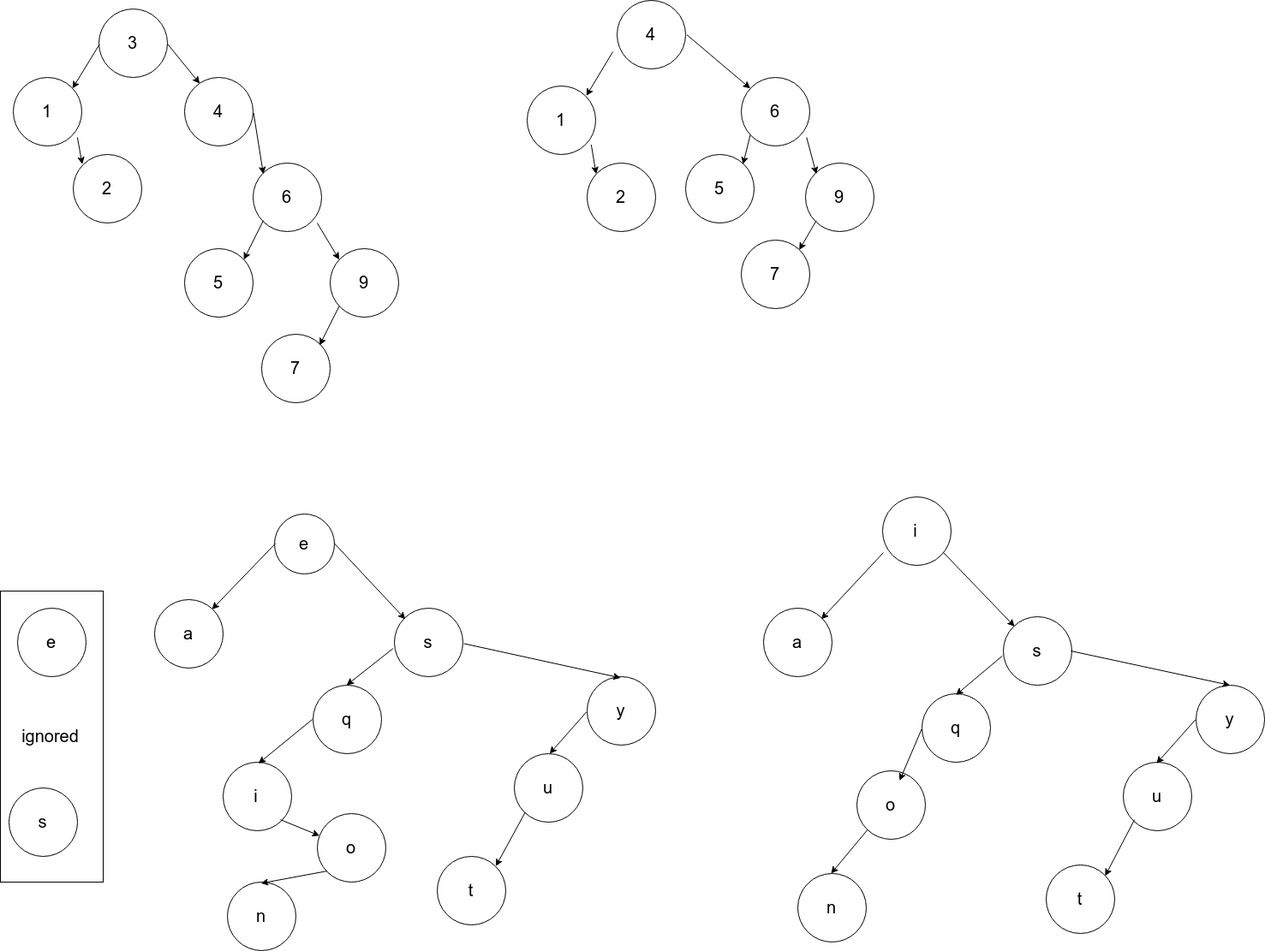
Before: BST-drawings.png, a diagram exported from draw.io (thinkful-ei-armadillo/DSA-BST-Michael-Ethan). Source tidied: cells renumbered, new cells last; positions are measured from the earlier drawing's top-left corner, leaving out a move shared by most shapes.
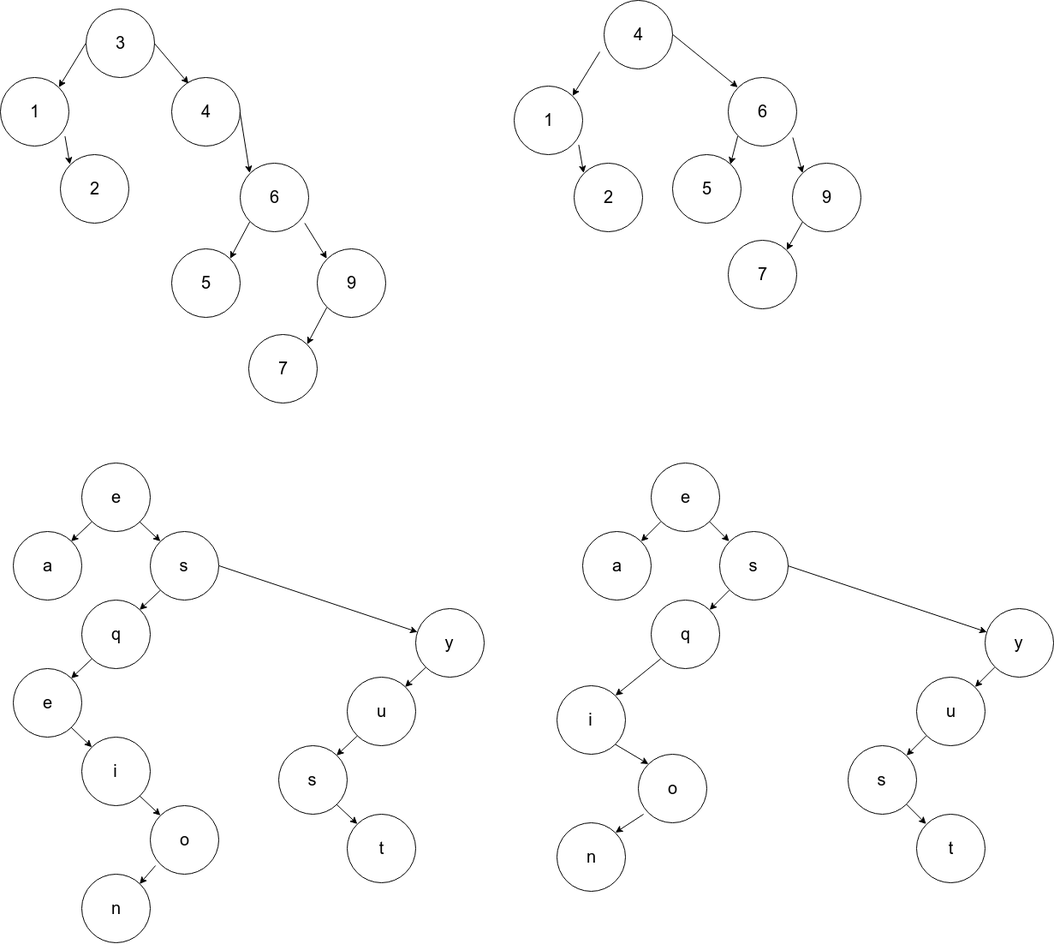
After the change.

Commit message:
Fix ignoreing-duplicates issue with second tree

The edit, as a diff of the source:
```diff
@@ -2,9 +2,6 @@
   <root>
     <mxCell id="0" />
     <mxCell id="1" parent="0" />
-    <mxCell id="2" value="&lt;div style=&quot;text-align: left&quot;&gt;&lt;span style=&quot;font-size: 20px&quot;&gt;ignored&lt;/span&gt;&lt;/div&gt;" style="rounded=0;whiteSpace=wrap;html=1;" parent="1" vertex="1">
-      <mxGeometry y="690" width="120" height="340" as="geometry" />
-    </mxCell>
     <mxCell id="3" value="&lt;font style=&quot;font-size: 20px&quot;&gt;3&lt;/font&gt;" style="ellipse;whiteSpace=wrap;html=1;" parent="1" vertex="1">
       <mxGeometry x="115" y="10" width="80" height="80" as="geometry" />
     </mxCell>
@@ -29,69 +26,6 @@
     <mxCell id="10" value="&lt;font style=&quot;font-size: 20px&quot;&gt;7&lt;/font&gt;" style="ellipse;whiteSpace=wrap;html=1;" parent="1" vertex="1">
       <mxGeometry x="305" y="390" width="80" height="80" as="geometry" />
     </mxCell>
-    <mxCell id="11" value="&lt;font style=&quot;font-size: 20px&quot;&gt;e&lt;/font&gt;" style="ellipse;whiteSpace=wrap;html=1;" parent="1" vertex="1">
-      <mxGeometry x="320" y="600" width="70" height="70" as="geometry" />
-    </mxCell>
-    <mxCell id="12" value="&lt;font style=&quot;font-size: 20px&quot;&gt;a&lt;/font&gt;" style="ellipse;whiteSpace=wrap;html=1;" parent="1" vertex="1">
-      <mxGeometry x="180" y="700" width="80" height="80" as="geometry" />
-    </mxCell>
-    <mxCell id="13" value="&lt;font style=&quot;font-size: 20px&quot;&gt;s&lt;/font&gt;" style="ellipse;whiteSpace=wrap;html=1;" parent="1" vertex="1">
-      <mxGeometry x="460" y="710" width="80" height="80" as="geometry" />
-    </mxCell>
-    <mxCell id="14" value="&lt;font style=&quot;font-size: 20px&quot;&gt;y&lt;/font&gt;" style="ellipse;whiteSpace=wrap;html=1;" parent="1" vertex="1">
-      <mxGeometry x="685" y="790" width="80" height="80" as="geometry" />
-    </mxCell>
-    <mxCell id="15" value="&lt;font style=&quot;font-size: 20px&quot;&gt;q&lt;/font&gt;" style="ellipse;whiteSpace=wrap;html=1;" parent="1" vertex="1">
-      <mxGeometry x="365" y="800" width="80" height="80" as="geometry" />
-    </mxCell>
-    <mxCell id="16" value="&lt;font style=&quot;font-size: 20px&quot;&gt;u&lt;/font&gt;" style="ellipse;whiteSpace=wrap;html=1;" parent="1" vertex="1">
-      <mxGeometry x="600" y="880" width="80" height="80" as="geometry" />
-    </mxCell>
-    <mxCell id="17" value="&lt;font style=&quot;font-size: 20px&quot;&gt;e&lt;/font&gt;" style="ellipse;whiteSpace=wrap;html=1;" parent="1" vertex="1">
-      <mxGeometry x="20" y="710" width="80" height="80" as="geometry" />
-    </mxCell>
-    <mxCell id="18" value="&lt;font style=&quot;font-size: 20px&quot;&gt;s&lt;/font&gt;" style="ellipse;whiteSpace=wrap;html=1;" parent="1" vertex="1">
-      <mxGeometry x="10" y="920" width="80" height="80" as="geometry" />
-    </mxCell>
-    <mxCell id="19" value="&lt;font style=&quot;font-size: 20px&quot;&gt;t&lt;/font&gt;" style="ellipse;whiteSpace=wrap;html=1;" parent="1" vertex="1">
-      <mxGeometry x="510" y="1000" width="80" height="80" as="geometry" />
-    </mxCell>
-    <mxCell id="20" value="&lt;font style=&quot;font-size: 20px&quot;&gt;i&lt;/font&gt;" style="ellipse;whiteSpace=wrap;html=1;" parent="1" vertex="1">
-      <mxGeometry x="260" y="890" width="80" height="80" as="geometry" />
-    </mxCell>
-    <mxCell id="21" value="&lt;font style=&quot;font-size: 20px&quot;&gt;o&lt;/font&gt;" style="ellipse;whiteSpace=wrap;html=1;" parent="1" vertex="1">
-      <mxGeometry x="370" y="950" width="80" height="80" as="geometry" />
-    </mxCell>
-    <mxCell id="22" value="&lt;font style=&quot;font-size: 20px&quot;&gt;n&lt;/font&gt;" style="ellipse;whiteSpace=wrap;html=1;" parent="1" vertex="1">
-      <mxGeometry x="265" y="1030" width="80" height="80" as="geometry" />
-    </mxCell>
-    <mxCell id="23" style="endArrow=classic;html=1;exitX=0;exitY=0.5;exitDx=0;exitDy=0;entryX=1;entryY=0;entryDx=0;entryDy=0;" parent="1" edge="1" source="11" target="12">
-      <mxGeometry relative="1" as="geometry" />
-    </mxCell>
-    <mxCell id="24" style="endArrow=classic;html=1;exitX=1;exitY=0.5;exitDx=0;exitDy=0;entryX=0;entryY=0;entryDx=0;entryDy=0;" parent="1" edge="1" source="11" target="13">
-      <mxGeometry relative="1" as="geometry" />
-    </mxCell>
-    <mxCell id="25" style="endArrow=classic;html=1;exitX=-0.012;exitY=0.588;exitDx=0;exitDy=0;entryX=0.5;entryY=0;entryDx=0;entryDy=0;exitPerimeter=0;" parent="1" edge="1" source="13" target="15">
-      <mxGeometry relative="1" as="geometry" />
-    </mxCell>
-    <mxCell id="26" style="endArrow=classic;html=1;exitX=1;exitY=0.5;exitDx=0;exitDy=0;entryX=0.5;entryY=0;entryDx=0;entryDy=0;" parent="1" edge="1" source="13" target="14">
-      <mxGeometry relative="1" as="geometry" />
-    </mxCell>
-    <mxCell id="27" style="endArrow=classic;html=1;exitX=0;exitY=0.5;exitDx=0;exitDy=0;entryX=0.5;entryY=0;entryDx=0;entryDy=0;" parent="1" edge="1" source="14" target="16">
-      <mxGeometry relative="1" as="geometry" />
-    </mxCell>
-    <mxCell id="28" style="endArrow=classic;html=1;exitX=0;exitY=1;exitDx=0;exitDy=0;entryX=1;entryY=0;entryDx=0;entryDy=0;" parent="1" edge="1" source="16" target="19">
-      <mxGeometry relative="1" as="geometry" />
-    </mxCell>
-    <mxCell id="29" style="endArrow=classic;html=1;exitX=0;exitY=0.5;exitDx=0;exitDy=0;entryX=0.5;entryY=0;entryDx=0;entryDy=0;" parent="1" edge="1" source="15" target="20">
-      <mxGeometry relative="1" as="geometry" />
-    </mxCell>
-    <mxCell id="30" style="endArrow=classic;html=1;exitX=1;exitY=1;exitDx=0;exitDy=0;" parent="1" edge="1" source="20" target="21">
-      <mxGeometry relative="1" as="geometry" />
-    </mxCell>
-    <mxCell id="31" style="endArrow=classic;html=1;exitX=0;exitY=1;exitDx=0;exitDy=0;entryX=0.5;entryY=0;entryDx=0;entryDy=0;" parent="1" edge="1" source="21" target="22">
-      <mxGeometry relative="1" as="geometry" />
-    </mxCell>
     <mxCell id="32" style="endArrow=classic;html=1;exitX=0;exitY=0.5;exitDx=0;exitDy=0;entryX=1;entryY=0;entryDx=0;entryDy=0;" parent="1" edge="1" source="3" target="4">
       <mxGeometry relative="1" as="geometry" />
     </mxCell>
@@ -154,60 +88,137 @@
     <mxCell id="51" style="endArrow=classic;html=1;exitX=0;exitY=1;exitDx=0;exitDy=0;entryX=1;entryY=0;entryDx=0;entryDy=0;" parent="1" edge="1" source="42" target="45">
       <mxGeometry relative="1" as="geometry" />
     </mxCell>
-    <mxCell id="52" value="&lt;font style=&quot;font-size: 20px&quot;&gt;a&lt;/font&gt;" style="ellipse;whiteSpace=wrap;html=1;" parent="1" vertex="1">
-      <mxGeometry x="891" y="710" width="80" height="80" as="geometry" />
-    </mxCell>
-    <mxCell id="53" value="&lt;font style=&quot;font-size: 20px&quot;&gt;s&lt;/font&gt;" style="ellipse;whiteSpace=wrap;html=1;" parent="1" vertex="1">
-      <mxGeometry x="1171" y="720" width="80" height="80" as="geometry" />
-    </mxCell>
-    <mxCell id="54" value="&lt;font style=&quot;font-size: 20px&quot;&gt;y&lt;/font&gt;" style="ellipse;whiteSpace=wrap;html=1;" parent="1" vertex="1">
-      <mxGeometry x="1396" y="800" width="80" height="80" as="geometry" />
-    </mxCell>
-    <mxCell id="55" value="&lt;font style=&quot;font-size: 20px&quot;&gt;q&lt;/font&gt;" style="ellipse;whiteSpace=wrap;html=1;" parent="1" vertex="1">
-      <mxGeometry x="1076" y="810" width="80" height="80" as="geometry" />
-    </mxCell>
-    <mxCell id="56" value="&lt;font style=&quot;font-size: 20px&quot;&gt;u&lt;/font&gt;" style="ellipse;whiteSpace=wrap;html=1;" parent="1" vertex="1">
-      <mxGeometry x="1311" y="890" width="80" height="80" as="geometry" />
-    </mxCell>
-    <mxCell id="57" value="&lt;font style=&quot;font-size: 20px&quot;&gt;t&lt;/font&gt;" style="ellipse;whiteSpace=wrap;html=1;" parent="1" vertex="1">
-      <mxGeometry x="1221" y="1010" width="80" height="80" as="geometry" />
-    </mxCell>
-    <mxCell id="58" value="&lt;font style=&quot;font-size: 20px&quot;&gt;i&lt;/font&gt;" style="ellipse;whiteSpace=wrap;html=1;" parent="1" vertex="1">
-      <mxGeometry x="1030" y="580" width="80" height="80" as="geometry" />
-    </mxCell>
-    <mxCell id="59" value="&lt;font style=&quot;font-size: 20px&quot;&gt;o&lt;/font&gt;" style="ellipse;whiteSpace=wrap;html=1;" parent="1" vertex="1">
-      <mxGeometry x="1000" y="900" width="80" height="80" as="geometry" />
-    </mxCell>
-    <mxCell id="60" value="&lt;font style=&quot;font-size: 20px&quot;&gt;n&lt;/font&gt;" style="ellipse;whiteSpace=wrap;html=1;" parent="1" vertex="1">
-      <mxGeometry x="931" y="1020" width="80" height="80" as="geometry" />
-    </mxCell>
-    <mxCell id="61" style="endArrow=classic;html=1;exitX=0;exitY=0.5;exitDx=0;exitDy=0;entryX=1;entryY=0;entryDx=0;entryDy=0;" parent="1" edge="1" target="52">
-      <mxGeometry relative="1" as="geometry">
-        <mxPoint x="1031" y="645" as="sourcePoint" />
-      </mxGeometry>
-    </mxCell>
-    <mxCell id="62" style="endArrow=classic;html=1;exitX=1;exitY=0.5;exitDx=0;exitDy=0;entryX=0;entryY=0;entryDx=0;entryDy=0;" parent="1" edge="1" target="53">
-      <mxGeometry relative="1" as="geometry">
-        <mxPoint x="1101" y="645" as="sourcePoint" />
-      </mxGeometry>
-    </mxCell>
-    <mxCell id="63" style="endArrow=classic;html=1;exitX=-0.012;exitY=0.588;exitDx=0;exitDy=0;entryX=0.5;entryY=0;entryDx=0;entryDy=0;exitPerimeter=0;" parent="1" edge="1" source="53" target="55">
-      <mxGeometry relative="1" as="geometry" />
-    </mxCell>
-    <mxCell id="64" style="endArrow=classic;html=1;exitX=1;exitY=0.5;exitDx=0;exitDy=0;entryX=0.5;entryY=0;entryDx=0;entryDy=0;" parent="1" edge="1" source="53" target="54">
-      <mxGeometry relative="1" as="geometry" />
-    </mxCell>
-    <mxCell id="65" style="endArrow=classic;html=1;exitX=0;exitY=0.5;exitDx=0;exitDy=0;entryX=0.5;entryY=0;entryDx=0;entryDy=0;" parent="1" edge="1" source="54" target="56">
-      <mxGeometry relative="1" as="geometry" />
-    </mxCell>
-    <mxCell id="66" style="endArrow=classic;html=1;exitX=0;exitY=1;exitDx=0;exitDy=0;entryX=1;entryY=0;entryDx=0;entryDy=0;" parent="1" edge="1" source="56" target="57">
-      <mxGeometry relative="1" as="geometry" />
-    </mxCell>
-    <mxCell id="67" style="endArrow=classic;html=1;exitX=0;exitY=0.5;exitDx=0;exitDy=0;entryX=0.613;entryY=0.125;entryDx=0;entryDy=0;entryPerimeter=0;" parent="1" edge="1" source="55" target="59">
-      <mxGeometry relative="1" as="geometry" />
-    </mxCell>
-    <mxCell id="68" style="endArrow=classic;html=1;exitX=0;exitY=1;exitDx=0;exitDy=0;entryX=0.5;entryY=0;entryDx=0;entryDy=0;" parent="1" edge="1" source="59" target="60">
-      <mxGeometry relative="1" as="geometry" />
-    </mxCell>
+    <mxCell id="69" value="&lt;font style=&quot;font-size: 20px&quot;&gt;e&lt;/font&gt;" style="ellipse;whiteSpace=wrap;html=1;" parent="1" vertex="1">
+      <mxGeometry x="110" y="540" width="80" height="80" as="geometry" />
+    </mxCell>
+    <mxCell id="70" value="&lt;font style=&quot;font-size: 20px&quot;&gt;a&lt;/font&gt;" style="ellipse;whiteSpace=wrap;html=1;" parent="1" vertex="1">
+      <mxGeometry x="30" y="620" width="80" height="80" as="geometry" />
+    </mxCell>
+    <mxCell id="71" value="&lt;font style=&quot;font-size: 20px&quot;&gt;s&lt;/font&gt;" style="ellipse;whiteSpace=wrap;html=1;" parent="1" vertex="1">
+      <mxGeometry x="190" y="620" width="80" height="80" as="geometry" />
+    </mxCell>
+    <mxCell id="72" value="&lt;font style=&quot;font-size: 20px&quot;&gt;y&lt;/font&gt;" style="ellipse;whiteSpace=wrap;html=1;" parent="1" vertex="1">
+      <mxGeometry x="500" y="710" width="80" height="80" as="geometry" />
+    </mxCell>
+    <mxCell id="73" value="&lt;font style=&quot;font-size: 20px&quot;&gt;q&lt;/font&gt;" style="ellipse;whiteSpace=wrap;html=1;" parent="1" vertex="1">
+      <mxGeometry x="110" y="700" width="80" height="80" as="geometry" />
+    </mxCell>
+    <mxCell id="74" value="&lt;font style=&quot;font-size: 20px&quot;&gt;u&lt;/font&gt;" style="ellipse;whiteSpace=wrap;html=1;" parent="1" vertex="1">
+      <mxGeometry x="420" y="790" width="80" height="80" as="geometry" />
+    </mxCell>
+    <mxCell id="75" value="&lt;font style=&quot;font-size: 20px&quot;&gt;e&lt;/font&gt;" style="ellipse;whiteSpace=wrap;html=1;" parent="1" vertex="1">
+      <mxGeometry x="30" y="780" width="80" height="80" as="geometry" />
+    </mxCell>
+    <mxCell id="76" value="&lt;font style=&quot;font-size: 20px&quot;&gt;s&lt;/font&gt;" style="ellipse;whiteSpace=wrap;html=1;" parent="1" vertex="1">
+      <mxGeometry x="340" y="870" width="80" height="80" as="geometry" />
+    </mxCell>
+    <mxCell id="77" value="&lt;font style=&quot;font-size: 20px&quot;&gt;t&lt;/font&gt;" style="ellipse;whiteSpace=wrap;html=1;" parent="1" vertex="1">
+      <mxGeometry x="420" y="950" width="80" height="80" as="geometry" />
+    </mxCell>
+    <mxCell id="78" value="&lt;font style=&quot;font-size: 20px&quot;&gt;o&lt;/font&gt;" style="ellipse;whiteSpace=wrap;html=1;" parent="1" vertex="1">
+      <mxGeometry x="190" y="940" width="80" height="80" as="geometry" />
+    </mxCell>
+    <mxCell id="79" value="&lt;font style=&quot;font-size: 20px&quot;&gt;n&lt;/font&gt;" style="ellipse;whiteSpace=wrap;html=1;" parent="1" vertex="1">
+      <mxGeometry x="110" y="1020" width="80" height="80" as="geometry" />
+    </mxCell>
+    <mxCell id="80" style="endArrow=classic;html=1;exitX=0;exitY=1;exitDx=0;exitDy=0;entryX=1;entryY=0;entryDx=0;entryDy=0;" parent="1" edge="1" source="71" target="73">
+      <mxGeometry relative="1" as="geometry" />
+    </mxCell>
+    <mxCell id="81" style="endArrow=classic;html=1;exitX=1;exitY=0.5;exitDx=0;exitDy=0;" parent="1" edge="1" source="71" target="72">
+      <mxGeometry relative="1" as="geometry" />
+    </mxCell>
+    <mxCell id="82" style="endArrow=classic;html=1;exitX=1;exitY=1;exitDx=0;exitDy=0;entryX=0;entryY=0;entryDx=0;entryDy=0;" parent="1" edge="1" source="69" target="71">
+      <mxGeometry relative="1" as="geometry" />
+    </mxCell>
+    <mxCell id="83" style="endArrow=classic;html=1;exitX=0;exitY=1;exitDx=0;exitDy=0;entryX=1;entryY=0;entryDx=0;entryDy=0;" parent="1" edge="1" source="69" target="70">
+      <mxGeometry relative="1" as="geometry" />
+    </mxCell>
+    <mxCell id="84" style="endArrow=classic;html=1;exitX=0;exitY=1;exitDx=0;exitDy=0;entryX=1;entryY=0;entryDx=0;entryDy=0;" parent="1" edge="1" source="72" target="74">
+      <mxGeometry relative="1" as="geometry" />
+    </mxCell>
+    <mxCell id="85" style="endArrow=classic;html=1;exitX=0;exitY=1;exitDx=0;exitDy=0;entryX=1;entryY=0;entryDx=0;entryDy=0;" parent="1" edge="1" source="73" target="75">
+      <mxGeometry relative="1" as="geometry" />
+    </mxCell>
+    <mxCell id="86" style="endArrow=classic;html=1;exitX=0;exitY=1;exitDx=0;exitDy=0;entryX=1;entryY=0;entryDx=0;entryDy=0;" parent="1" edge="1" source="74" target="76">
+      <mxGeometry relative="1" as="geometry" />
+    </mxCell>
+    <mxCell id="87" style="endArrow=classic;html=1;exitX=1;exitY=1;exitDx=0;exitDy=0;entryX=0;entryY=0;entryDx=0;entryDy=0;" parent="1" edge="1" source="76" target="77">
+      <mxGeometry relative="1" as="geometry" />
+    </mxCell>
+    <mxCell id="88" value="&lt;font style=&quot;font-size: 20px&quot;&gt;i&lt;/font&gt;" style="ellipse;whiteSpace=wrap;html=1;" parent="1" vertex="1">
+      <mxGeometry x="110" y="860" width="80" height="80" as="geometry" />
+    </mxCell>
+    <mxCell id="89" style="endArrow=classic;html=1;exitX=1;exitY=1;exitDx=0;exitDy=0;" parent="1" edge="1" source="75" target="88">
+      <mxGeometry relative="1" as="geometry" />
+    </mxCell>
+    <mxCell id="90" style="endArrow=classic;html=1;exitX=1;exitY=1;exitDx=0;exitDy=0;entryX=0;entryY=0;entryDx=0;entryDy=0;" parent="1" edge="1" source="88" target="78">
+      <mxGeometry relative="1" as="geometry" />
+    </mxCell>
+    <mxCell id="91" style="endArrow=classic;html=1;exitX=0.075;exitY=0.875;exitDx=0;exitDy=0;exitPerimeter=0;entryX=1;entryY=0;entryDx=0;entryDy=0;" parent="1" edge="1" source="78" target="79">
+      <mxGeometry relative="1" as="geometry" />
+    </mxCell>
+    <mxCell id="92" value="&lt;font style=&quot;font-size: 20px&quot;&gt;e&lt;/font&gt;" style="ellipse;whiteSpace=wrap;html=1;" parent="1" vertex="1">
+      <mxGeometry x="775" y="540" width="80" height="80" as="geometry" />
+    </mxCell>
+    <mxCell id="93" value="&lt;font style=&quot;font-size: 20px&quot;&gt;a&lt;/font&gt;" style="ellipse;whiteSpace=wrap;html=1;" parent="1" vertex="1">
+      <mxGeometry x="695" y="620" width="80" height="80" as="geometry" />
+    </mxCell>
+    <mxCell id="94" value="&lt;font style=&quot;font-size: 20px&quot;&gt;s&lt;/font&gt;" style="ellipse;whiteSpace=wrap;html=1;" parent="1" vertex="1">
+      <mxGeometry x="855" y="620" width="80" height="80" as="geometry" />
+    </mxCell>
+    <mxCell id="95" value="&lt;font style=&quot;font-size: 20px&quot;&gt;y&lt;/font&gt;" style="ellipse;whiteSpace=wrap;html=1;" parent="1" vertex="1">
+      <mxGeometry x="1165" y="710" width="80" height="80" as="geometry" />
+    </mxCell>
+    <mxCell id="96" value="&lt;font style=&quot;font-size: 20px&quot;&gt;q&lt;/font&gt;" style="ellipse;whiteSpace=wrap;html=1;" parent="1" vertex="1">
+      <mxGeometry x="775" y="700" width="80" height="80" as="geometry" />
+    </mxCell>
+    <mxCell id="97" value="&lt;font style=&quot;font-size: 20px&quot;&gt;u&lt;/font&gt;" style="ellipse;whiteSpace=wrap;html=1;" parent="1" vertex="1">
+      <mxGeometry x="1085" y="790" width="80" height="80" as="geometry" />
+    </mxCell>
+    <mxCell id="98" value="&lt;font style=&quot;font-size: 20px&quot;&gt;s&lt;/font&gt;" style="ellipse;whiteSpace=wrap;html=1;" parent="1" vertex="1">
+      <mxGeometry x="1005" y="870" width="80" height="80" as="geometry" />
+    </mxCell>
+    <mxCell id="99" value="&lt;font style=&quot;font-size: 20px&quot;&gt;t&lt;/font&gt;" style="ellipse;whiteSpace=wrap;html=1;" parent="1" vertex="1">
+      <mxGeometry x="1085" y="950" width="80" height="80" as="geometry" />
+    </mxCell>
+    <mxCell id="100" value="&lt;font style=&quot;font-size: 20px&quot;&gt;o&lt;/font&gt;" style="ellipse;whiteSpace=wrap;html=1;" parent="1" vertex="1">
+      <mxGeometry x="760" y="880" width="80" height="80" as="geometry" />
+    </mxCell>
+    <mxCell id="101" value="&lt;font style=&quot;font-size: 20px&quot;&gt;n&lt;/font&gt;" style="ellipse;whiteSpace=wrap;html=1;" parent="1" vertex="1">
+      <mxGeometry x="665" y="960" width="80" height="80" as="geometry" />
+    </mxCell>
+    <mxCell id="102" style="endArrow=classic;html=1;exitX=0;exitY=1;exitDx=0;exitDy=0;entryX=1;entryY=0;entryDx=0;entryDy=0;" parent="1" edge="1" source="94" target="96">
+      <mxGeometry relative="1" as="geometry" />
+    </mxCell>
+    <mxCell id="103" style="endArrow=classic;html=1;exitX=1;exitY=0.5;exitDx=0;exitDy=0;" parent="1" edge="1" source="94" target="95">
+      <mxGeometry relative="1" as="geometry" />
+    </mxCell>
+    <mxCell id="104" style="endArrow=classic;html=1;exitX=1;exitY=1;exitDx=0;exitDy=0;entryX=0;entryY=0;entryDx=0;entryDy=0;" parent="1" edge="1" source="92" target="94">
+      <mxGeometry relative="1" as="geometry" />
+    </mxCell>
+    <mxCell id="105" style="endArrow=classic;html=1;exitX=0;exitY=1;exitDx=0;exitDy=0;entryX=1;entryY=0;entryDx=0;entryDy=0;" parent="1" edge="1" source="92" target="93">
+      <mxGeometry relative="1" as="geometry" />
+    </mxCell>
+    <mxCell id="106" style="endArrow=classic;html=1;exitX=0;exitY=1;exitDx=0;exitDy=0;entryX=1;entryY=0;entryDx=0;entryDy=0;" parent="1" edge="1" source="95" target="97">
+      <mxGeometry relative="1" as="geometry" />
+    </mxCell>
+    <mxCell id="107" style="endArrow=classic;html=1;exitX=0;exitY=1;exitDx=0;exitDy=0;entryX=1;entryY=0;entryDx=0;entryDy=0;" parent="1" edge="1" source="96" target="110">
+      <mxGeometry relative="1" as="geometry" />
+    </mxCell>
+    <mxCell id="108" style="endArrow=classic;html=1;exitX=0;exitY=1;exitDx=0;exitDy=0;entryX=1;entryY=0;entryDx=0;entryDy=0;" parent="1" edge="1" source="97" target="98">
+      <mxGeometry relative="1" as="geometry" />
+    </mxCell>
+    <mxCell id="109" style="endArrow=classic;html=1;exitX=1;exitY=1;exitDx=0;exitDy=0;entryX=0;entryY=0;entryDx=0;entryDy=0;" parent="1" edge="1" source="98" target="99">
+      <mxGeometry relative="1" as="geometry" />
+    </mxCell>
+    <mxCell id="110" value="&lt;font style=&quot;font-size: 20px&quot;&gt;i&lt;/font&gt;" style="ellipse;whiteSpace=wrap;html=1;" parent="1" vertex="1">
+      <mxGeometry x="665" y="800" width="80" height="80" as="geometry" />
+    </mxCell>
+    <mxCell id="111" style="endArrow=classic;html=1;exitX=1;exitY=1;exitDx=0;exitDy=0;entryX=0;entryY=0;entryDx=0;entryDy=0;" parent="1" edge="1" source="110" target="100">
+      <mxGeometry relative="1" as="geometry" />
+    </mxCell>
+    <mxCell id="112" style="endArrow=classic;html=1;exitX=0.075;exitY=0.875;exitDx=0;exitDy=0;exitPerimeter=0;entryX=1;entryY=0;entryDx=0;entryDy=0;" parent="1" edge="1" source="100" target="101">
+      <mxGeometry relative="1" as="geometry" />
+    </mxCell>
   </root>
 </mxGraphModel>
```
